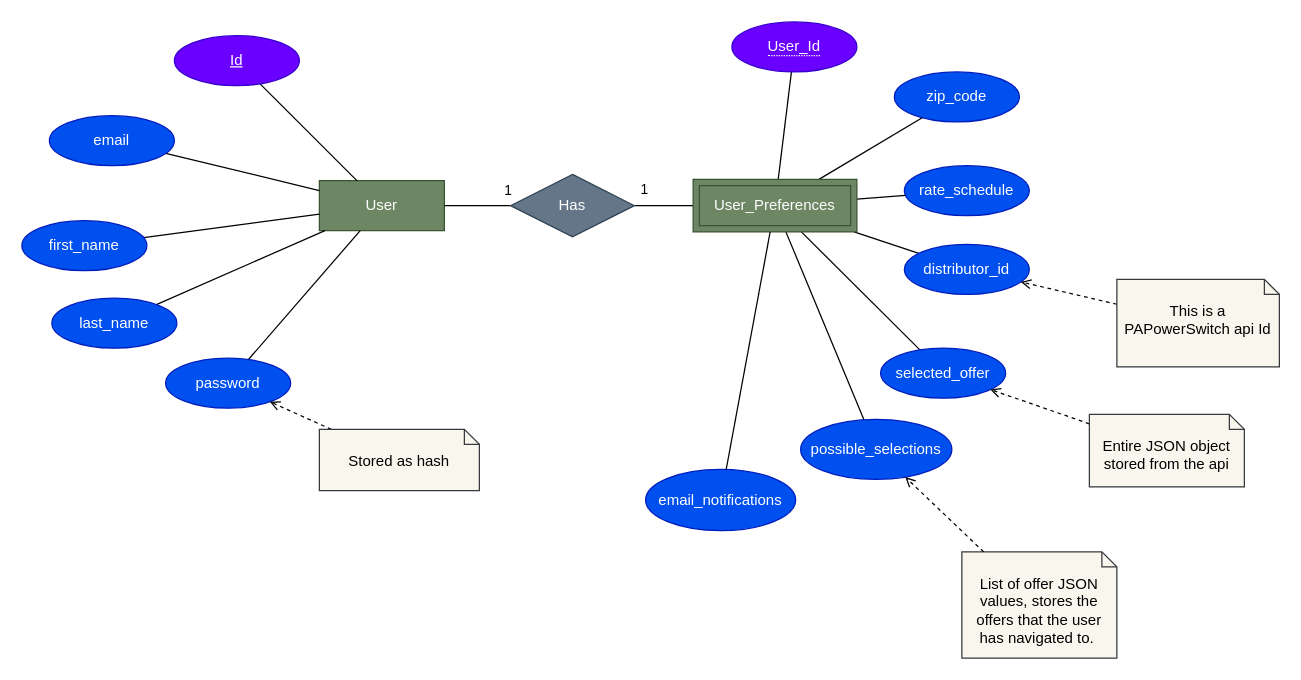
The draw.io diagram page "ER_Diagram_v5" (5 of 5) of documentation/diagrams/database.drawio in PSUCapstone2023-Group1/Clean-Energy-PA, before the edit. Source tidied: cells renumbered, new cells numbered last; positions are measured from the earlier drawing's top-left corner, leaving out a move shared by most shapes. Both pictures are drawn from the tidied source at 125%, with x=0, y=0 at pixel (21, 21).
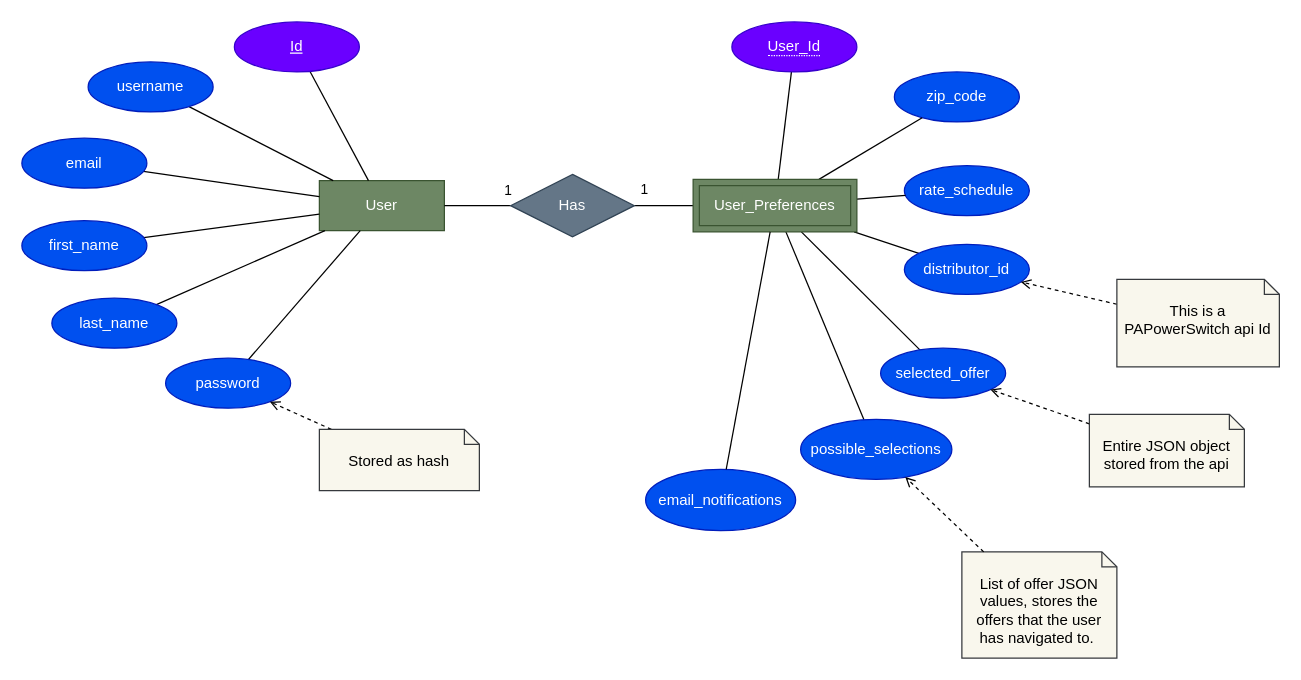
The same page after the edit.

Commit message:
Added username back into ER at v5

Unchanged cells that the change refers to:
```xml
<mxCell id="2" value="User" style="whiteSpace=wrap;html=1;align=center;fillColor=#6d8764;fontColor=#ffffff;strokeColor=#3A5431;" parent="1" vertex="1">
  <mxGeometry x="238" y="127" width="100" height="40" as="geometry" />
</mxCell>
```

The edit, as a diff of the source:
```diff
@@
     <mxCell id="4" value="email" style="ellipse;whiteSpace=wrap;html=1;align=center;fillColor=#0050ef;fontColor=#ffffff;strokeColor=#001DBC;" parent="1" vertex="1">
-      <mxGeometry x="22" y="75" width="100" height="40" as="geometry" />
+      <mxGeometry y="93" width="100" height="40" as="geometry" />
     </mxCell>
@@
     <mxCell id="6" value="Id" style="ellipse;whiteSpace=wrap;html=1;align=center;fontStyle=4;fillColor=#6a00ff;fontColor=#ffffff;strokeColor=#3700CC;" parent="1" vertex="1">
-      <mxGeometry x="122" y="11" width="100" height="40" as="geometry" />
+      <mxGeometry x="170" width="100" height="40" as="geometry" />
     </mxCell>
@@
+    <mxCell id="41" style="edgeStyle=none;html=1;startArrow=none;startFill=0;endArrow=none;endFill=0;" parent="1" edge="1" source="42" target="2">
+      <mxGeometry relative="1" as="geometry" />
+    </mxCell>
+    <mxCell id="42" value="username" style="ellipse;whiteSpace=wrap;html=1;align=center;fillColor=#0050ef;fontColor=#ffffff;strokeColor=#001DBC;" parent="1" vertex="1">
+      <mxGeometry x="53" y="32" width="100" height="40" as="geometry" />
+    </mxCell>
```
